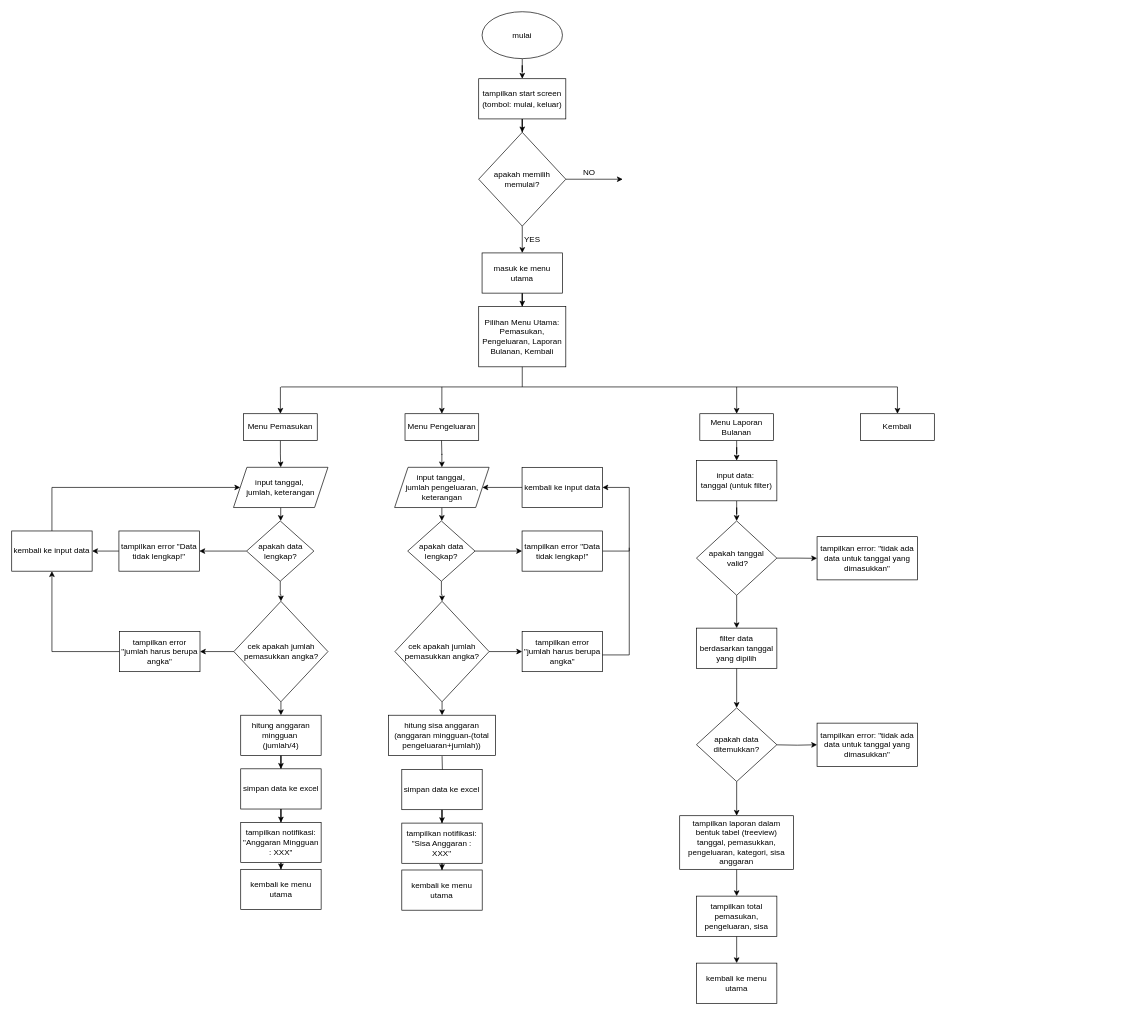
This is Untitled Diagram.drawio from rinkaamelia/Kelompok-5-Sistem-Pencatat-Pengeluaran-Harian, a draw.io file, before an edit. Source tidied: cells renumbered, new cells numbered last; positions are measured from the earlier drawing's top-left corner, leaving out a move shared by most shapes. Both pictures are drawn from the tidied source at 67%, with x=0, y=0 at pixel (11, 11).
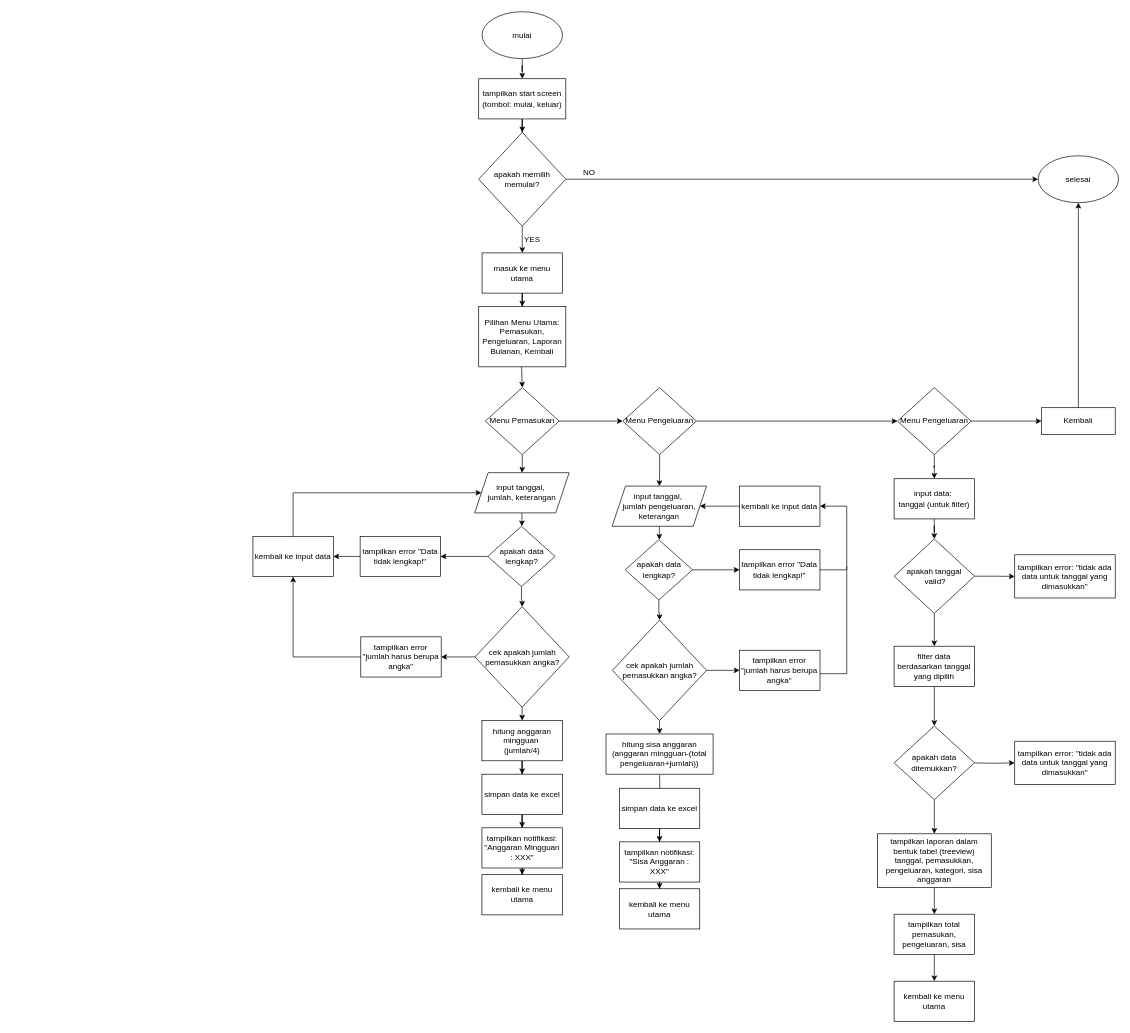
The same diagram, later.

Unchanged cells that the change refers to:
```xml
<mxCell id="10" value="apakah memilih memulai?" style="rhombus;whiteSpace=wrap;html=1;" parent="1" vertex="1">
  <mxGeometry x="697" y="180" width="130" height="140" as="geometry" />
</mxCell>
<mxCell id="13" value="Pilihan Menu Utama:&lt;div&gt;Pemasukan, Pengeluaran, Laporan Bulanan, Kembali&lt;/div&gt;" style="rounded=0;whiteSpace=wrap;html=1;" parent="1" vertex="1">
  <mxGeometry x="697" y="440" width="130" height="90" as="geometry" />
</mxCell>
```

The edit, as a diff of the source:
```diff
@@
-    <mxCell id="9" style="edgeStyle=orthogonalEdgeStyle;rounded=0;jettySize=auto;html=1;" parent="1" edge="1" source="10">
-      <mxGeometry relative="1" as="geometry">
-        <mxPoint x="912" y="250" as="targetPoint" />
-      </mxGeometry>
+    <mxCell id="9" style="edgeStyle=orthogonalEdgeStyle;rounded=0;jettySize=auto;html=1;" parent="1" edge="1" source="10" target="92">
+      <mxGeometry relative="1" as="geometry" />
     </mxCell>
@@
-    <mxCell id="14" style="endArrow=none;html=1;rounded=0;exitX=0.5;exitY=1;exitDx=0;exitDy=0;" parent="1" edge="1" source="13">
-      <mxGeometry relative="1" as="geometry">
-        <mxPoint x="762" y="560" as="targetPoint" />
-      </mxGeometry>
-    </mxCell>
-    <mxCell id="15" style="endArrow=none;html=1;rounded=0;" parent="1" edge="1">
-      <mxGeometry relative="1" as="geometry">
-        <mxPoint x="402" y="560" as="sourcePoint" />
-        <mxPoint x="1322" y="560" as="targetPoint" />
-      </mxGeometry>
-    </mxCell>
     <mxCell id="16" style="endArrow=classic;html=1;rounded=0;entryX=0.5;entryY=0;entryDx=0;entryDy=0;" parent="1" edge="1" target="18">
       <mxGeometry relative="1" as="geometry">
-        <mxPoint x="401" y="560" as="sourcePoint" />
+        <mxPoint x="761" y="530" as="sourcePoint" />
       </mxGeometry>
     </mxCell>
-    <mxCell id="17" style="edgeStyle=orthogonalEdgeStyle;rounded=0;jettySize=auto;html=1;" parent="1" edge="1" source="18" target="27">
+    <mxCell id="17" style="edgeStyle=orthogonalEdgeStyle;rounded=0;jettySize=auto;html=1;exitX=0.5;exitY=1;exitDx=0;exitDy=0;" parent="1" edge="1" source="18" target="27">
       <mxGeometry relative="1" as="geometry" />
     </mxCell>
-    <mxCell id="18" value="Menu Pemasukan" style="rounded=0;whiteSpace=wrap;html=1;" parent="1" vertex="1">
-      <mxGeometry x="346" y="600" width="110" height="40" as="geometry" />
-    </mxCell>
-    <mxCell id="19" style="endArrow=classic;html=1;rounded=0;entryX=0.5;entryY=0;entryDx=0;entryDy=0;" parent="1" edge="1" target="20">
-      <mxGeometry relative="1" as="geometry">
-        <mxPoint x="642" y="560" as="sourcePoint" />
-      </mxGeometry>
-    </mxCell>
-    <mxCell id="20" value="Menu Pengeluaran" style="rounded=0;whiteSpace=wrap;html=1;" parent="1" vertex="1">
-      <mxGeometry x="587" y="600" width="110" height="40" as="geometry" />
-    </mxCell>
-    <mxCell id="21" style="endArrow=classic;html=1;rounded=0;entryX=0.5;entryY=0;entryDx=0;entryDy=0;" parent="1" edge="1" target="22">
-      <mxGeometry relative="1" as="geometry">
-        <mxPoint x="1322" y="560" as="sourcePoint" />
-      </mxGeometry>
-    </mxCell>
+    <mxCell id="86" style="edgeStyle=orthogonalEdgeStyle;rounded=0;jettySize=auto;html=1;entryX=0.5;entryY=1;entryDx=0;entryDy=0;" parent="1" edge="1" source="22" target="92">
+      <mxGeometry relative="1" as="geometry" />
+    </mxCell>
     <mxCell id="22" value="Kembali" style="rounded=0;whiteSpace=wrap;html=1;" parent="1" vertex="1">
-      <mxGeometry x="1267" y="600" width="110" height="40" as="geometry" />
+      <mxGeometry x="1537" y="591" width="110" height="40" as="geometry" />
     </mxCell>
-    <mxCell id="23" style="endArrow=classic;html=1;rounded=0;entryX=0.5;entryY=0;entryDx=0;entryDy=0;" parent="1" edge="1" target="25">
-      <mxGeometry relative="1" as="geometry">
-        <mxPoint x="1082" y="560" as="sourcePoint" />
-      </mxGeometry>
-    </mxCell>
-    <mxCell id="24" style="edgeStyle=orthogonalEdgeStyle;rounded=0;jettySize=auto;html=1;" parent="1" edge="1" source="25" target="70">
+    <mxCell id="24" style="edgeStyle=orthogonalEdgeStyle;rounded=0;jettySize=auto;html=1;exitX=0.5;exitY=1;exitDx=0;exitDy=0;" parent="1" edge="1" source="91" target="70">
       <mxGeometry relative="1" as="geometry" />
     </mxCell>
-    <mxCell id="25" value="Menu Laporan Bulanan" style="rounded=0;whiteSpace=wrap;html=1;" parent="1" vertex="1">
-      <mxGeometry x="1027" y="600" width="110" height="40" as="geometry" />
-    </mxCell>
@@
     <mxCell id="27" value="input tanggal,&amp;nbsp;&lt;div&gt;jumlah, keterangan&lt;/div&gt;" style="shape=parallelogram;perimeter=parallelogramPerimeter;whiteSpace=wrap;html=1;fixedSize=1;" parent="1" vertex="1">
-      <mxGeometry x="331" y="680" width="141" height="60" as="geometry" />
+      <mxGeometry x="691" y="688" width="141" height="60" as="geometry" />
     </mxCell>
@@
     <mxCell id="30" value="apakah data lengkap?" style="rhombus;whiteSpace=wrap;html=1;" parent="1" vertex="1">
-      <mxGeometry x="350.5" y="760" width="100.5" height="90" as="geometry" />
+      <mxGeometry x="710.5" y="768" width="100.5" height="90" as="geometry" />
     </mxCell>
@@
     <mxCell id="33" value="cek apakah jumlah pemasukkan angka?" style="rhombus;whiteSpace=wrap;html=1;" parent="1" vertex="1">
-      <mxGeometry x="331.5" y="880" width="140.5" height="150" as="geometry" />
+      <mxGeometry x="691.5" y="888" width="140.5" height="150" as="geometry" />
     </mxCell>
@@
     <mxCell id="35" value="hitung anggaran mingguan&amp;nbsp;&lt;div&gt;(jumlah/4)&lt;/div&gt;" style="rounded=0;whiteSpace=wrap;html=1;" parent="1" vertex="1">
-      <mxGeometry x="341.8" y="1050" width="120" height="60" as="geometry" />
+      <mxGeometry x="701.8" y="1058" width="120" height="60" as="geometry" />
     </mxCell>
@@
     <mxCell id="37" value="simpan data ke excel" style="rounded=0;whiteSpace=wrap;html=1;" parent="1" vertex="1">
-      <mxGeometry x="341.8" y="1130" width="120" height="60" as="geometry" />
+      <mxGeometry x="701.8" y="1138" width="120" height="60" as="geometry" />
     </mxCell>
@@
     <mxCell id="39" value="tampilkan notifikasi: &quot;Anggaran Mingguan : XXX&quot;" style="rounded=0;whiteSpace=wrap;html=1;" parent="1" vertex="1">
-      <mxGeometry x="341.8" y="1210" width="120" height="60" as="geometry" />
+      <mxGeometry x="701.8" y="1218" width="120" height="60" as="geometry" />
     </mxCell>
     <mxCell id="40" value="kembali ke menu utama" style="rounded=0;whiteSpace=wrap;html=1;" parent="1" vertex="1">
-      <mxGeometry x="341.8" y="1280" width="120" height="60" as="geometry" />
+      <mxGeometry x="701.8" y="1288" width="120" height="60" as="geometry" />
     </mxCell>
@@
     <mxCell id="42" value="tampilkan error &quot;Data tidak lengkap!&quot;" style="rounded=0;whiteSpace=wrap;html=1;" parent="1" vertex="1">
-      <mxGeometry x="160" y="775" width="120" height="60" as="geometry" />
+      <mxGeometry x="520" y="783" width="120" height="60" as="geometry" />
     </mxCell>
     <mxCell id="43" style="edgeStyle=orthogonalEdgeStyle;rounded=0;jettySize=auto;html=1;entryX=0;entryY=0.5;entryDx=0;entryDy=0;" parent="1" edge="1" source="44" target="27">
       <mxGeometry relative="1" as="geometry">
         <Array as="points">
-          <mxPoint x="60" y="710" />
+          <mxPoint x="420" y="718" />
         </Array>
       </mxGeometry>
     </mxCell>
     <mxCell id="44" value="kembali ke input data" style="rounded=0;whiteSpace=wrap;html=1;" parent="1" vertex="1">
-      <mxGeometry y="775" width="120" height="60" as="geometry" />
+      <mxGeometry x="360" y="783" width="120" height="60" as="geometry" />
     </mxCell>
@@
     <mxCell id="46" value="tampilkan error &quot;jumlah harus berupa angka&quot;" style="rounded=0;whiteSpace=wrap;html=1;" parent="1" vertex="1">
-      <mxGeometry x="161" y="925" width="120" height="60" as="geometry" />
+      <mxGeometry x="521" y="933" width="120" height="60" as="geometry" />
     </mxCell>
-    <mxCell id="47" style="edgeStyle=orthogonalEdgeStyle;rounded=0;jettySize=auto;html=1;" parent="1" edge="1" target="49">
-      <mxGeometry relative="1" as="geometry">
-        <mxPoint x="641.5" y="640" as="sourcePoint" />
-      </mxGeometry>
+    <mxCell id="47" style="edgeStyle=orthogonalEdgeStyle;rounded=0;jettySize=auto;html=1;" parent="1" edge="1" source="89" target="49">
+      <mxGeometry relative="1" as="geometry" />
     </mxCell>
@@
     <mxCell id="49" value="input tanggal,&amp;nbsp;&lt;div&gt;jumlah pengeluaran, keterangan&lt;/div&gt;" style="shape=parallelogram;perimeter=parallelogramPerimeter;whiteSpace=wrap;html=1;fixedSize=1;" parent="1" vertex="1">
-      <mxGeometry x="571.5" y="680" width="141" height="60" as="geometry" />
+      <mxGeometry x="896.1" y="708" width="141" height="60" as="geometry" />
     </mxCell>
@@
     <mxCell id="52" value="apakah data lengkap?" style="rhombus;whiteSpace=wrap;html=1;" parent="1" vertex="1">
-      <mxGeometry x="591" y="760" width="100.5" height="90" as="geometry" />
+      <mxGeometry x="915.6" y="788" width="100.5" height="90" as="geometry" />
     </mxCell>
@@
     <mxCell id="55" value="cek apakah jumlah pemasukkan angka?" style="rhombus;whiteSpace=wrap;html=1;" parent="1" vertex="1">
-      <mxGeometry x="572" y="880" width="140.5" height="150" as="geometry" />
+      <mxGeometry x="896.6" y="908" width="140.5" height="150" as="geometry" />
     </mxCell>
     <mxCell id="56" style="edgeStyle=orthogonalEdgeStyle;rounded=0;jettySize=auto;html=1;" parent="1" edge="1" target="59">
       <mxGeometry relative="1" as="geometry">
-        <mxPoint x="642.3" y="1111" as="sourcePoint" />
+        <mxPoint x="966.9" y="1139" as="sourcePoint" />
       </mxGeometry>
     </mxCell>
     <mxCell id="57" value="hitung sisa anggaran (anggaran mingguan-(total pengeluaran+jumlah))" style="rounded=0;whiteSpace=wrap;html=1;" parent="1" vertex="1">
-      <mxGeometry x="562.4" y="1050" width="159.8" height="60" as="geometry" />
+      <mxGeometry x="887" y="1078" width="159.8" height="60" as="geometry" />
     </mxCell>
@@
     <mxCell id="59" value="simpan data ke excel" style="rounded=0;whiteSpace=wrap;html=1;" parent="1" vertex="1">
-      <mxGeometry x="582.2" y="1131" width="120" height="60" as="geometry" />
+      <mxGeometry x="906.9" y="1159" width="120" height="60" as="geometry" />
     </mxCell>
@@
     <mxCell id="61" value="tampilkan notifikasi: &quot;Sisa Anggaran : XXX&quot;" style="rounded=0;whiteSpace=wrap;html=1;" parent="1" vertex="1">
-      <mxGeometry x="582.2" y="1211" width="120" height="60" as="geometry" />
+      <mxGeometry x="906.9" y="1239" width="120" height="60" as="geometry" />
     </mxCell>
     <mxCell id="62" value="kembali ke menu utama" style="rounded=0;whiteSpace=wrap;html=1;" parent="1" vertex="1">
-      <mxGeometry x="582.2" y="1281" width="120" height="60" as="geometry" />
+      <mxGeometry x="906.9" y="1309" width="120" height="60" as="geometry" />
     </mxCell>
     <mxCell id="63" style="edgeStyle=orthogonalEdgeStyle;rounded=0;jettySize=auto;html=1;entryX=1;entryY=0.5;entryDx=0;entryDy=0;" parent="1" edge="1" source="64" target="66">
       <mxGeometry relative="1" as="geometry">
         <Array as="points">
-          <mxPoint x="921.7" y="805" />
-          <mxPoint x="921.7" y="710" />
+          <mxPoint x="1246.3" y="833" />
+          <mxPoint x="1246.3" y="738" />
         </Array>
       </mxGeometry>
     </mxCell>
     <mxCell id="64" value="tampilkan error &quot;Data tidak lengkap!&quot;" style="rounded=0;whiteSpace=wrap;html=1;" parent="1" vertex="1">
-      <mxGeometry x="761.7" y="775" width="120" height="60" as="geometry" />
+      <mxGeometry x="1086.3" y="803" width="120" height="60" as="geometry" />
     </mxCell>
     <mxCell id="65" value="tampilkan error &quot;jumlah harus berupa angka&quot;" style="rounded=0;whiteSpace=wrap;html=1;" parent="1" vertex="1">
-      <mxGeometry x="761.8" y="925" width="120" height="60" as="geometry" />
+      <mxGeometry x="1086.4" y="953" width="120" height="60" as="geometry" />
     </mxCell>
     <mxCell id="66" value="kembali ke input data" style="rounded=0;whiteSpace=wrap;html=1;" parent="1" vertex="1">
-      <mxGeometry x="761.7" y="680" width="120" height="60" as="geometry" />
+      <mxGeometry x="1086.3" y="708" width="120" height="60" as="geometry" />
     </mxCell>
     <mxCell id="67" style="endArrow=none;html=1;rounded=0;" parent="1" edge="1">
       <mxGeometry relative="1" as="geometry">
-        <mxPoint x="881.7" y="960" as="sourcePoint" />
-        <mxPoint x="921.7" y="800" as="targetPoint" />
+        <mxPoint x="1206.3" y="988" as="sourcePoint" />
+        <mxPoint x="1246.3" y="828" as="targetPoint" />
         <Array as="points">
-          <mxPoint x="921.7" y="960" />
+          <mxPoint x="1246.3" y="988" />
         </Array>
       </mxGeometry>
     </mxCell>
     <mxCell id="68" style="endArrow=classic;html=1;rounded=0;entryX=1;entryY=0.5;entryDx=0;entryDy=0;" parent="1" edge="1" target="49">
       <mxGeometry relative="1" as="geometry">
-        <mxPoint x="761.7" y="710" as="sourcePoint" />
+        <mxPoint x="1086.3" y="738" as="sourcePoint" />
       </mxGeometry>
     </mxCell>
@@
     <mxCell id="70" value="input data:&amp;nbsp;&lt;div&gt;tanggal (untuk filter)&lt;/div&gt;" style="rounded=0;whiteSpace=wrap;html=1;" parent="1" vertex="1">
-      <mxGeometry x="1022" y="670" width="120" height="60" as="geometry" />
+      <mxGeometry x="1317" y="697" width="120" height="60" as="geometry" />
     </mxCell>
@@
     <mxCell id="73" value="apakah tanggal&lt;div&gt;&amp;nbsp;valid?&lt;/div&gt;" style="rhombus;whiteSpace=wrap;html=1;" parent="1" vertex="1">
-      <mxGeometry x="1022" y="760" width="120" height="111" as="geometry" />
+      <mxGeometry x="1317" y="787" width="120" height="111" as="geometry" />
     </mxCell>
@@
     <mxCell id="75" value="filter data berdasarkan tanggal yang dipilih" style="whiteSpace=wrap;html=1;" parent="1" vertex="1">
-      <mxGeometry x="1022" y="920" width="120" height="60" as="geometry" />
+      <mxGeometry x="1317" y="947" width="120" height="60" as="geometry" />
     </mxCell>
@@
     <mxCell id="77" value="apakah data ditemukkan?" style="rhombus;whiteSpace=wrap;html=1;" parent="1" vertex="1">
-      <mxGeometry x="1022" y="1039" width="120" height="110" as="geometry" />
+      <mxGeometry x="1317" y="1066" width="120" height="110" as="geometry" />
     </mxCell>
@@
     <mxCell id="79" value="tampilkan laporan dalam bentuk tabel (treeview)&lt;div&gt;tanggal, pemasukkan, pengeluaran, kategori, sisa anggaran&lt;/div&gt;" style="whiteSpace=wrap;html=1;" parent="1" vertex="1">
-      <mxGeometry x="997" y="1200" width="170" height="80" as="geometry" />
+      <mxGeometry x="1292" y="1227" width="170" height="80" as="geometry" />
     </mxCell>
@@
     <mxCell id="81" value="tampilkan total pemasukan, pengeluaran, sisa" style="whiteSpace=wrap;html=1;" parent="1" vertex="1">
-      <mxGeometry x="1022" y="1320" width="120" height="60" as="geometry" />
+      <mxGeometry x="1317" y="1347" width="120" height="60" as="geometry" />
     </mxCell>
     <mxCell id="82" value="kembali ke menu utama" style="whiteSpace=wrap;html=1;" parent="1" vertex="1">
-      <mxGeometry x="1022" y="1420" width="120" height="60" as="geometry" />
+      <mxGeometry x="1317" y="1447" width="120" height="60" as="geometry" />
     </mxCell>
     <mxCell id="83" value="tampilkan error: &quot;tidak ada data untuk tanggal yang dimasukkan&quot;" style="whiteSpace=wrap;html=1;" parent="1" vertex="1">
-      <mxGeometry x="1202" y="783.5" width="150" height="64.5" as="geometry" />
+      <mxGeometry x="1497" y="810.5" width="150" height="64.5" as="geometry" />
     </mxCell>
     <mxCell id="84" style="edgeStyle=orthogonalEdgeStyle;rounded=0;jettySize=auto;html=1;" parent="1" edge="1" target="85">
       <mxGeometry relative="1" as="geometry">
-        <mxPoint x="1142" y="1094.2" as="sourcePoint" />
+        <mxPoint x="1437" y="1121.2" as="sourcePoint" />
       </mxGeometry>
     </mxCell>
     <mxCell id="85" value="tampilkan error: &quot;tidak ada data untuk tanggal yang dimasukkan&quot;" style="whiteSpace=wrap;html=1;" parent="1" vertex="1">
-      <mxGeometry x="1202" y="1061.8" width="150" height="64.5" as="geometry" />
+      <mxGeometry x="1497" y="1088.8" width="150" height="64.5" as="geometry" />
     </mxCell>
+    <mxCell id="87" style="edgeStyle=orthogonalEdgeStyle;rounded=0;jettySize=auto;html=1;" parent="1" edge="1" source="18" target="89">
+      <mxGeometry relative="1" as="geometry" />
+    </mxCell>
+    <mxCell id="18" value="Menu Pemasukan" style="rhombus;whiteSpace=wrap;html=1;" parent="1" vertex="1">
+      <mxGeometry x="707" y="561" width="110" height="100" as="geometry" />
+    </mxCell>
+    <mxCell id="88" style="edgeStyle=orthogonalEdgeStyle;rounded=0;jettySize=auto;html=1;" parent="1" edge="1" source="89" target="91">
+      <mxGeometry relative="1" as="geometry" />
+    </mxCell>
+    <mxCell id="89" value="Menu Pengeluaran" style="rhombus;whiteSpace=wrap;html=1;" parent="1" vertex="1">
+      <mxGeometry x="912" y="561" width="110" height="100" as="geometry" />
+    </mxCell>
+    <mxCell id="90" style="edgeStyle=orthogonalEdgeStyle;rounded=0;jettySize=auto;html=1;" parent="1" edge="1" source="91" target="22">
+      <mxGeometry relative="1" as="geometry" />
+    </mxCell>
+    <mxCell id="91" value="Menu Pengeluaran" style="rhombus;whiteSpace=wrap;html=1;" parent="1" vertex="1">
+      <mxGeometry x="1322" y="561" width="110" height="100" as="geometry" />
+    </mxCell>
+    <mxCell id="92" value="selesai" style="ellipse;whiteSpace=wrap;html=1;" parent="1" vertex="1">
+      <mxGeometry x="1532" y="215" width="120" height="70" as="geometry" />
+    </mxCell>
```
